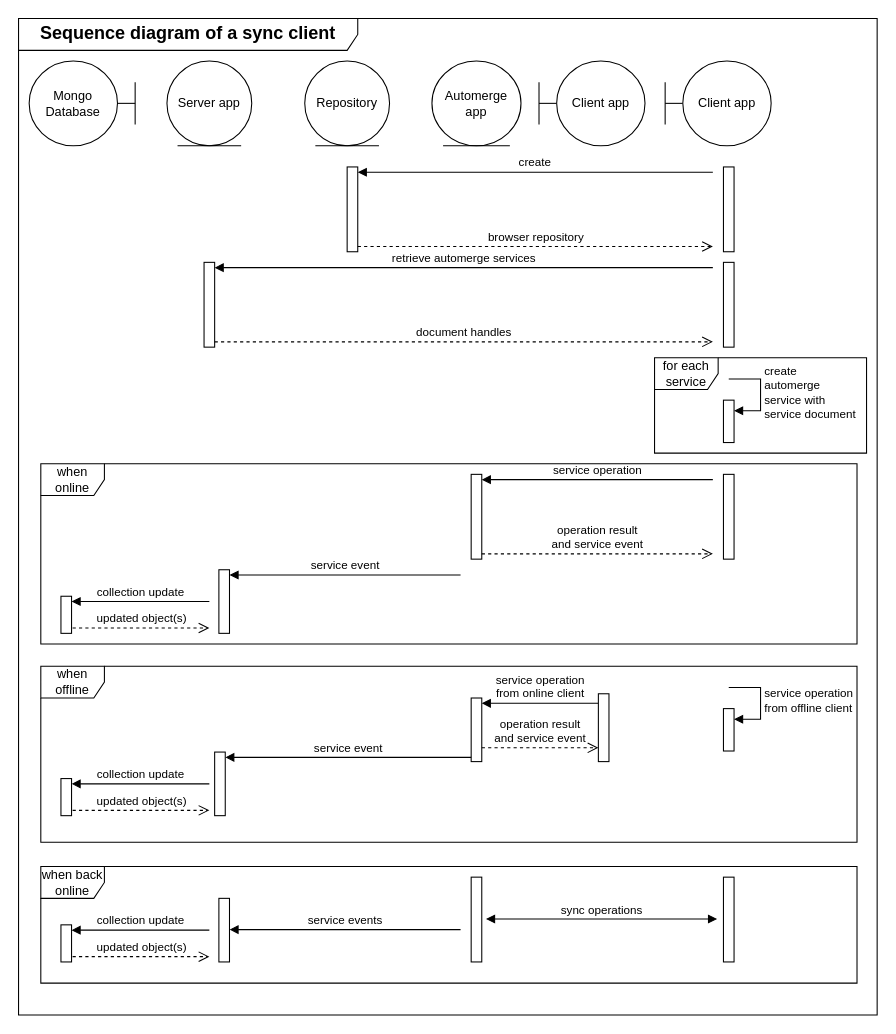
Above: page "Sync client sequence diagram" (4 of 4) of diagram.drawio in kalisio/offline-sync (draw.io), before the change. Source tidied: cells renumbered, new cells numbered last; positions are measured from the earlier drawing's top-left corner, leaving out a move shared by most shapes. Both pictures are drawn from the tidied source at 106%, with x=0, y=0 at pixel (18, 18).
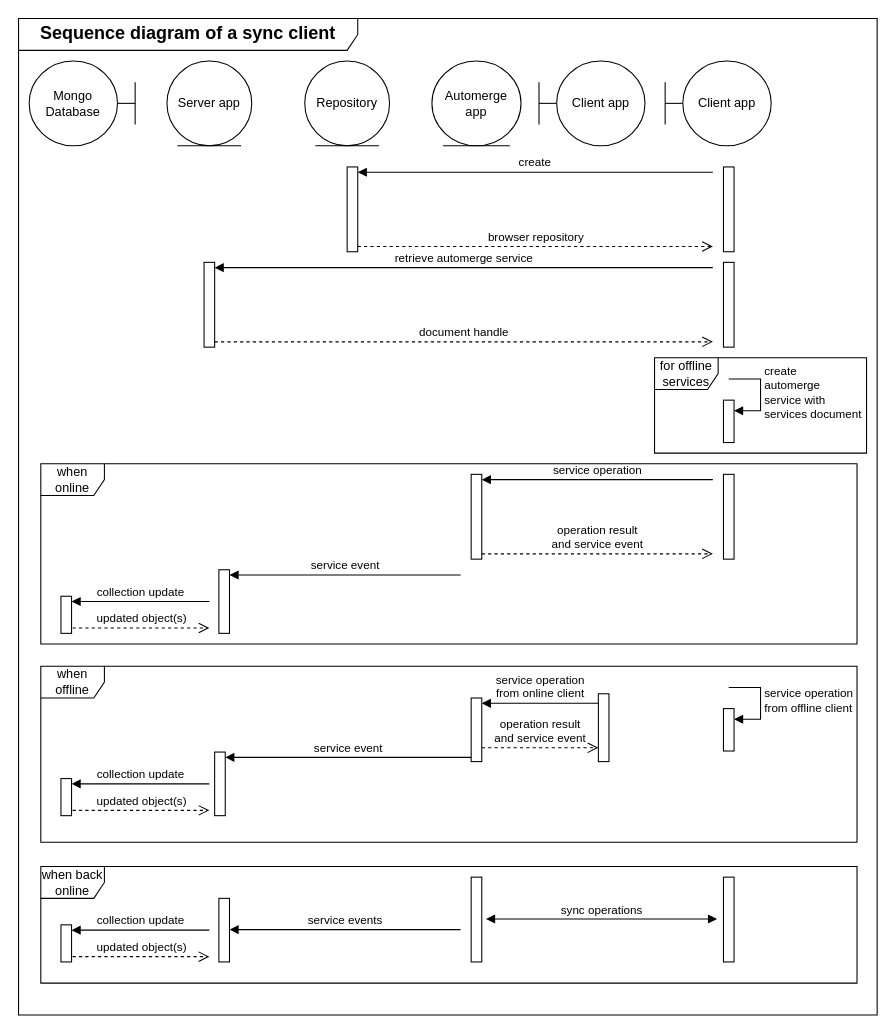
The same page after the edit.

Unchanged cells that the change refers to:
```xml
<mxCell id="10" style="html=1;points=[[0,0,0,0,5],[0,1,0,0,-5],[1,0,0,0,5],[1,1,0,0,-5]];perimeter=orthogonalPerimeter;outlineConnect=0;targetShapes=umlLifeline;portConstraint=eastwest;newEdgeStyle={&quot;curved&quot;:0,&quot;rounded&quot;:0};" parent="1" vertex="1">
  <mxGeometry x="175" y="230" width="10" height="80" as="geometry" />
</mxCell>
<mxCell id="14" style="html=1;points=[[0,0,0,0,5],[0,1,0,0,-5],[1,0,0,0,5],[1,1,0,0,-5]];perimeter=orthogonalPerimeter;outlineConnect=0;targetShapes=umlLifeline;portConstraint=eastwest;newEdgeStyle={&quot;curved&quot;:0,&quot;rounded&quot;:0};" parent="1" vertex="1">
  <mxGeometry x="665" y="360" width="10" height="40" as="geometry" />
</mxCell>
```

The edit, as a diff of the source:
```diff
@@
-    <mxCell id="11" value="retrieve automerge services" style="html=1;verticalAlign=bottom;endArrow=block;curved=0;rounded=0;entryX=1;entryY=0;entryDx=0;entryDy=5;" parent="1" edge="1" target="10">
+    <mxCell id="11" value="retrieve automerge service" style="html=1;verticalAlign=bottom;endArrow=block;curved=0;rounded=0;entryX=1;entryY=0;entryDx=0;entryDy=5;" parent="1" edge="1" target="10">
       <mxGeometry relative="1" as="geometry">
         <mxPoint x="655" y="235" as="sourcePoint" />
       </mxGeometry>
     </mxCell>
-    <mxCell id="12" value="document handles" style="html=1;verticalAlign=bottom;endArrow=open;dashed=1;endSize=8;curved=0;rounded=0;exitX=1;exitY=1;exitDx=0;exitDy=-5;" parent="1" edge="1" source="10">
+    <mxCell id="12" value="document handle" style="html=1;verticalAlign=bottom;endArrow=open;dashed=1;endSize=8;curved=0;rounded=0;exitX=1;exitY=1;exitDx=0;exitDy=-5;" parent="1" edge="1" source="10">
       <mxGeometry relative="1" as="geometry">
         <mxPoint x="655" y="305" as="targetPoint" />
       </mxGeometry>
     </mxCell>
@@
-    <mxCell id="15" value="create&lt;div&gt;automerge&lt;/div&gt;&lt;div&gt;service with&lt;/div&gt;&lt;div&gt;service document&lt;/div&gt;" style="html=1;align=left;spacingLeft=2;endArrow=block;rounded=0;edgeStyle=orthogonalEdgeStyle;curved=0;rounded=0;" parent="1" edge="1" target="14">
+    <mxCell id="15" value="create&lt;div&gt;automerge&lt;/div&gt;&lt;div&gt;service with&lt;/div&gt;&lt;div&gt;services document&lt;/div&gt;" style="html=1;align=left;spacingLeft=2;endArrow=block;rounded=0;edgeStyle=orthogonalEdgeStyle;curved=0;rounded=0;" parent="1" edge="1" target="14">
       <mxGeometry relative="1" as="geometry">
         <mxPoint x="670" y="340" as="sourcePoint" />
         <Array as="points">
           <mxPoint x="700" y="370" />
         </Array>
       </mxGeometry>
     </mxCell>
-    <mxCell id="16" value="for each service" style="shape=umlFrame;whiteSpace=wrap;html=1;" parent="1" vertex="1">
+    <mxCell id="16" value="for offline services" style="shape=umlFrame;whiteSpace=wrap;html=1;" parent="1" vertex="1">
       <mxGeometry x="600" y="320" width="200" height="90" as="geometry" />
     </mxCell>
```
